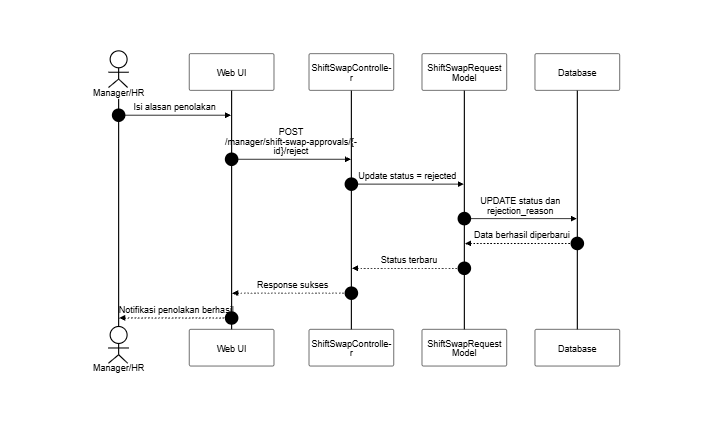
Before: docs/SequenceDiagram/PNG_Transparent/PersetujuanTukarShift-Tolak.png, a diagram exported from Mermaid (SulaimanHafi23/SimpegRSHDI). Its source is kept beside it as docs/SequenceDiagram/PersetujuanTukarShift-Tolak.mermaid.
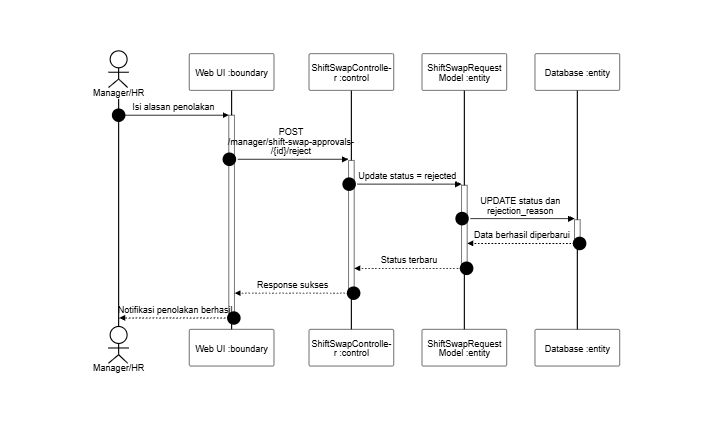
Later version of the same file.

What changed in the source:
```diff
@@ -2,16 +2,16 @@
 sequenceDiagram
     autonumber
     actor A as Manager/HR
-    participant UI as Web UI
-    participant C as ShiftSwapController
-    participant M as ShiftSwapRequest Model
-    participant DB as Database
+    participant UI as Web UI :boundary
+    participant C as ShiftSwapController :control
+    participant M as ShiftSwapRequest Model :entity
+    participant DB as Database :entity
 
-    A->>UI: Isi alasan penolakan
-    UI->>C: POST /manager/shift-swap-approvals/{id}/reject
-    C->>M: Update status = rejected
-    M->>DB: UPDATE status dan rejection_reason
-    DB-->>M: Data berhasil diperbarui
-    M-->>C: Status terbaru
-    C-->>UI: Response sukses
-    UI-->>A: Notifikasi penolakan berhasil
+    A->>+UI: Isi alasan penolakan
+    UI->>+C: POST /manager/shift-swap-approvals/{id}/reject
+    C->>+M: Update status = rejected
+    M->>+DB: UPDATE status dan rejection_reason
+    DB-->>-M: Data berhasil diperbarui
+    M-->>-C: Status terbaru
+    C-->>-UI: Response sukses
+    UI-->>-A: Notifikasi penolakan berhasil
```
